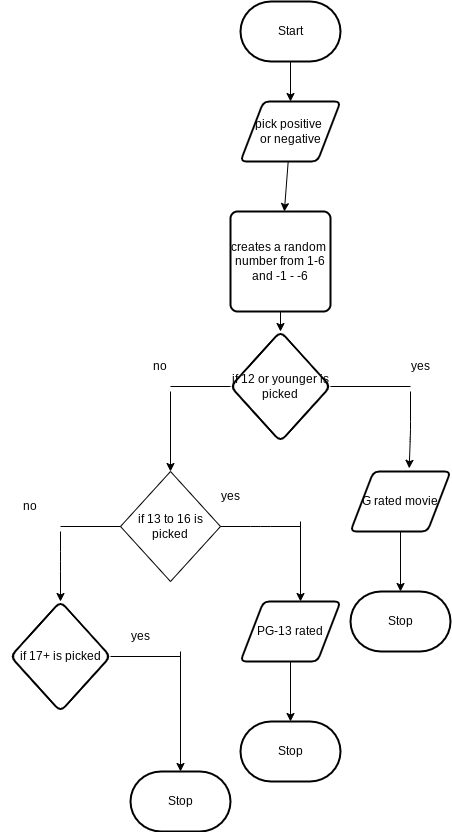
Before: design/flow-chart.png, a diagram exported from draw.io (Ali-Mugamai/ICS20-5-04-JS). Source tidied: cells renumbered, new cells last; positions are measured from the earlier drawing's top-left corner, leaving out a move shared by most shapes. Source of this version:
```xml
<mxGraphModel>
  <root>
    <mxCell id="0" />
    <mxCell id="1" parent="0" />
    <mxCell id="2" style="edgeStyle=none;html=1;" parent="1" edge="1" source="3" target="5">
      <mxGeometry relative="1" as="geometry" />
    </mxCell>
    <mxCell id="3" value="Start" style="strokeWidth=2;html=1;shape=mxgraph.flowchart.terminator;whiteSpace=wrap;" parent="1" vertex="1">
      <mxGeometry x="240" width="100" height="60" as="geometry" />
    </mxCell>
    <mxCell id="4" style="edgeStyle=none;html=1;" parent="1" edge="1" source="5" target="7">
      <mxGeometry relative="1" as="geometry" />
    </mxCell>
    <mxCell id="5" value="pick positive&amp;nbsp;&lt;br&gt;or negative" style="shape=parallelogram;html=1;strokeWidth=2;perimeter=parallelogramPerimeter;whiteSpace=wrap;rounded=1;arcSize=12;size=0.23;" parent="1" vertex="1">
      <mxGeometry x="240" y="100" width="100" height="60" as="geometry" />
    </mxCell>
    <mxCell id="6" style="edgeStyle=none;html=1;" parent="1" edge="1" source="7" target="9">
      <mxGeometry relative="1" as="geometry" />
    </mxCell>
    <mxCell id="7" value="creates a random&amp;nbsp;&lt;br&gt;number from 1-6 and -1 - -6" style="rounded=1;whiteSpace=wrap;html=1;absoluteArcSize=1;arcSize=14;strokeWidth=2;" parent="1" vertex="1">
      <mxGeometry x="230" y="210" width="100" height="100" as="geometry" />
    </mxCell>
    <mxCell id="8" value="Stop" style="strokeWidth=2;html=1;shape=mxgraph.flowchart.terminator;whiteSpace=wrap;" parent="1" vertex="1">
      <mxGeometry x="350" y="590" width="100" height="60" as="geometry" />
    </mxCell>
    <mxCell id="9" value="if 12 or younger is picked" style="rhombus;whiteSpace=wrap;html=1;rounded=1;arcSize=14;strokeWidth=2;" parent="1" vertex="1">
      <mxGeometry x="230" y="330" width="100" height="110" as="geometry" />
    </mxCell>
    <mxCell id="10" style="edgeStyle=none;html=1;entryX=0.5;entryY=0;entryDx=0;entryDy=0;entryPerimeter=0;" parent="1" edge="1" source="11" target="8">
      <mxGeometry relative="1" as="geometry" />
    </mxCell>
    <mxCell id="11" value="G rated movie" style="shape=parallelogram;html=1;strokeWidth=2;perimeter=parallelogramPerimeter;whiteSpace=wrap;rounded=1;arcSize=12;size=0.23;" parent="1" vertex="1">
      <mxGeometry x="350" y="470" width="100" height="60" as="geometry" />
    </mxCell>
    <mxCell id="12" style="endArrow=none;html=1;entryX=0;entryY=0.5;entryDx=0;entryDy=0;" parent="1" edge="1" target="9">
      <mxGeometry relative="1" as="geometry">
        <mxPoint x="170" y="385" as="sourcePoint" />
      </mxGeometry>
    </mxCell>
    <mxCell id="13" style="endArrow=classic;html=1;entryX=0.5;entryY=0;entryDx=0;entryDy=0;" parent="1" edge="1">
      <mxGeometry relative="1" as="geometry">
        <mxPoint x="170" y="390" as="sourcePoint" />
        <mxPoint x="170" y="470" as="targetPoint" />
      </mxGeometry>
    </mxCell>
    <mxCell id="14" style="endArrow=none;html=1;entryX=1;entryY=0.5;entryDx=0;entryDy=0;" parent="1" edge="1" target="9">
      <mxGeometry relative="1" as="geometry">
        <mxPoint x="410" y="385" as="sourcePoint" />
      </mxGeometry>
    </mxCell>
    <mxCell id="15" style="endArrow=classic;html=1;entryX=0.587;entryY=-0.053;entryDx=0;entryDy=0;entryPerimeter=0;" parent="1" edge="1" target="11">
      <mxGeometry relative="1" as="geometry">
        <mxPoint x="410" y="390" as="sourcePoint" />
        <Array as="points">
          <mxPoint x="410" y="430" />
        </Array>
      </mxGeometry>
    </mxCell>
    <mxCell id="16" value="yes" style="text;html=1;strokeColor=none;fillColor=none;align=center;verticalAlign=middle;whiteSpace=wrap;rounded=0;" parent="1" vertex="1">
      <mxGeometry x="390" y="350" width="60" height="30" as="geometry" />
    </mxCell>
    <mxCell id="17" value="no" style="text;html=1;strokeColor=none;fillColor=none;align=center;verticalAlign=middle;whiteSpace=wrap;rounded=0;" parent="1" vertex="1">
      <mxGeometry x="130" y="350" width="60" height="30" as="geometry" />
    </mxCell>
    <mxCell id="18" value="if 13 to 16 is picked" style="rhombus;whiteSpace=wrap;html=1;" parent="1" vertex="1">
      <mxGeometry x="120" y="470" width="100" height="110" as="geometry" />
    </mxCell>
    <mxCell id="19" style="endArrow=none;html=1;exitX=1;exitY=0.5;exitDx=0;exitDy=0;" parent="1" edge="1" source="18">
      <mxGeometry relative="1" as="geometry">
        <mxPoint x="300" y="525" as="targetPoint" />
        <Array as="points">
          <mxPoint x="260" y="525" />
        </Array>
      </mxGeometry>
    </mxCell>
    <mxCell id="20" style="edgeStyle=none;html=1;" parent="1" edge="1" source="21" target="28">
      <mxGeometry relative="1" as="geometry" />
    </mxCell>
    <mxCell id="21" value="PG-13 rated" style="shape=parallelogram;html=1;strokeWidth=2;perimeter=parallelogramPerimeter;whiteSpace=wrap;rounded=1;arcSize=12;size=0.23;" parent="1" vertex="1">
      <mxGeometry x="240" y="600" width="100" height="60" as="geometry" />
    </mxCell>
    <mxCell id="22" style="endArrow=classic;html=1;entryX=0.5;entryY=0;entryDx=0;entryDy=0;" parent="1" edge="1">
      <mxGeometry relative="1" as="geometry">
        <mxPoint x="300" y="520" as="sourcePoint" />
        <mxPoint x="300" y="600" as="targetPoint" />
      </mxGeometry>
    </mxCell>
    <mxCell id="23" style="endArrow=none;html=1;entryX=0;entryY=0.5;entryDx=0;entryDy=0;" parent="1" edge="1" target="18">
      <mxGeometry relative="1" as="geometry">
        <mxPoint x="60" y="525" as="sourcePoint" />
      </mxGeometry>
    </mxCell>
    <mxCell id="24" style="endArrow=classic;html=1;" parent="1" edge="1">
      <mxGeometry relative="1" as="geometry">
        <mxPoint x="60" y="530" as="sourcePoint" />
        <mxPoint x="60" y="600" as="targetPoint" />
        <Array as="points">
          <mxPoint x="60" y="560" />
        </Array>
      </mxGeometry>
    </mxCell>
    <mxCell id="25" value="if 17+ is picked" style="rhombus;whiteSpace=wrap;html=1;rounded=1;arcSize=14;strokeWidth=2;" parent="1" vertex="1">
      <mxGeometry x="10" y="600" width="100" height="110" as="geometry" />
    </mxCell>
    <mxCell id="26" style="endArrow=none;html=1;exitX=1;exitY=0.5;exitDx=0;exitDy=0;" parent="1" edge="1" source="25">
      <mxGeometry relative="1" as="geometry">
        <mxPoint x="180" y="655" as="targetPoint" />
      </mxGeometry>
    </mxCell>
    <mxCell id="27" style="endArrow=classic;html=1;" parent="1" edge="1">
      <mxGeometry relative="1" as="geometry">
        <mxPoint x="180" y="650" as="sourcePoint" />
        <mxPoint x="180" y="770" as="targetPoint" />
      </mxGeometry>
    </mxCell>
    <mxCell id="28" value="Stop" style="strokeWidth=2;html=1;shape=mxgraph.flowchart.terminator;whiteSpace=wrap;" parent="1" vertex="1">
      <mxGeometry x="240" y="720" width="100" height="60" as="geometry" />
    </mxCell>
    <mxCell id="29" value="Stop" style="strokeWidth=2;html=1;shape=mxgraph.flowchart.terminator;whiteSpace=wrap;" parent="1" vertex="1">
      <mxGeometry x="130" y="770" width="100" height="60" as="geometry" />
    </mxCell>
    <mxCell id="30" value="yes" style="text;html=1;strokeColor=none;fillColor=none;align=center;verticalAlign=middle;whiteSpace=wrap;rounded=0;" parent="1" vertex="1">
      <mxGeometry x="110" y="620" width="60" height="30" as="geometry" />
    </mxCell>
    <mxCell id="31" value="yes" style="text;html=1;strokeColor=none;fillColor=none;align=center;verticalAlign=middle;whiteSpace=wrap;rounded=0;" parent="1" vertex="1">
      <mxGeometry x="200" y="480" width="60" height="30" as="geometry" />
    </mxCell>
    <mxCell id="32" value="no" style="text;html=1;strokeColor=none;fillColor=none;align=center;verticalAlign=middle;whiteSpace=wrap;rounded=0;" parent="1" vertex="1">
      <mxGeometry y="490" width="60" height="30" as="geometry" />
    </mxCell>
  </root>
</mxGraphModel>
```
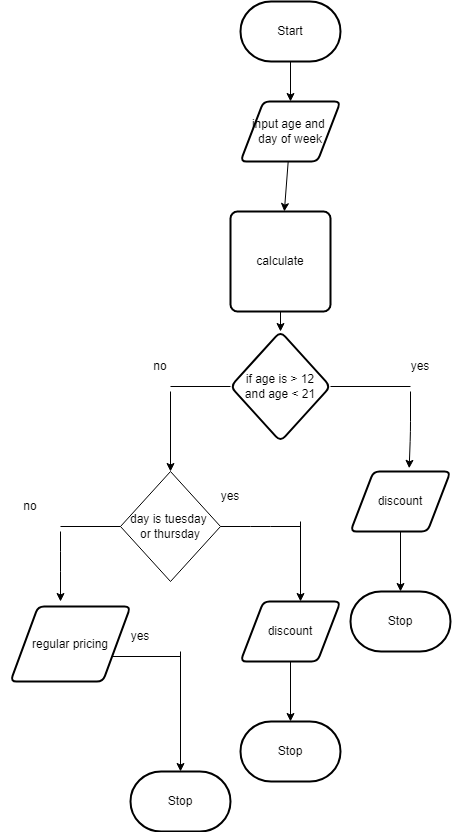
The same diagram one commit later.

The edit, as a diff of the source:
```diff
@@ -11,25 +11,25 @@
     <mxCell id="4" style="edgeStyle=none;html=1;" parent="1" edge="1" source="5" target="7">
       <mxGeometry relative="1" as="geometry" />
     </mxCell>
-    <mxCell id="5" value="pick positive&amp;nbsp;&lt;br&gt;or negative" style="shape=parallelogram;html=1;strokeWidth=2;perimeter=parallelogramPerimeter;whiteSpace=wrap;rounded=1;arcSize=12;size=0.23;" parent="1" vertex="1">
+    <mxCell id="5" value="input age and&amp;nbsp;&lt;br&gt;day of week" style="shape=parallelogram;html=1;strokeWidth=2;perimeter=parallelogramPerimeter;whiteSpace=wrap;rounded=1;arcSize=12;size=0.23;" parent="1" vertex="1">
       <mxGeometry x="240" y="100" width="100" height="60" as="geometry" />
     </mxCell>
     <mxCell id="6" style="edgeStyle=none;html=1;" parent="1" edge="1" source="7" target="9">
       <mxGeometry relative="1" as="geometry" />
     </mxCell>
-    <mxCell id="7" value="creates a random&amp;nbsp;&lt;br&gt;number from 1-6 and -1 - -6" style="rounded=1;whiteSpace=wrap;html=1;absoluteArcSize=1;arcSize=14;strokeWidth=2;" parent="1" vertex="1">
+    <mxCell id="7" value="calculate" style="rounded=1;whiteSpace=wrap;html=1;absoluteArcSize=1;arcSize=14;strokeWidth=2;" parent="1" vertex="1">
       <mxGeometry x="230" y="210" width="100" height="100" as="geometry" />
     </mxCell>
     <mxCell id="8" value="Stop" style="strokeWidth=2;html=1;shape=mxgraph.flowchart.terminator;whiteSpace=wrap;" parent="1" vertex="1">
       <mxGeometry x="350" y="590" width="100" height="60" as="geometry" />
     </mxCell>
-    <mxCell id="9" value="if 12 or younger is picked" style="rhombus;whiteSpace=wrap;html=1;rounded=1;arcSize=14;strokeWidth=2;" parent="1" vertex="1">
+    <mxCell id="9" value="if age is &amp;gt; 12&lt;br&gt;and age &amp;lt; 21" style="rhombus;whiteSpace=wrap;html=1;rounded=1;arcSize=14;strokeWidth=2;" parent="1" vertex="1">
       <mxGeometry x="230" y="330" width="100" height="110" as="geometry" />
     </mxCell>
     <mxCell id="10" style="edgeStyle=none;html=1;entryX=0.5;entryY=0;entryDx=0;entryDy=0;entryPerimeter=0;" parent="1" edge="1" source="11" target="8">
       <mxGeometry relative="1" as="geometry" />
     </mxCell>
-    <mxCell id="11" value="G rated movie" style="shape=parallelogram;html=1;strokeWidth=2;perimeter=parallelogramPerimeter;whiteSpace=wrap;rounded=1;arcSize=12;size=0.23;" parent="1" vertex="1">
+    <mxCell id="11" value="discount" style="shape=parallelogram;html=1;strokeWidth=2;perimeter=parallelogramPerimeter;whiteSpace=wrap;rounded=1;arcSize=12;size=0.23;" parent="1" vertex="1">
       <mxGeometry x="350" y="470" width="100" height="60" as="geometry" />
     </mxCell>
     <mxCell id="12" style="endArrow=none;html=1;entryX=0;entryY=0.5;entryDx=0;entryDy=0;" parent="1" edge="1" target="9">
@@ -62,7 +62,7 @@
     <mxCell id="17" value="no" style="text;html=1;strokeColor=none;fillColor=none;align=center;verticalAlign=middle;whiteSpace=wrap;rounded=0;" parent="1" vertex="1">
       <mxGeometry x="130" y="350" width="60" height="30" as="geometry" />
     </mxCell>
-    <mxCell id="18" value="if 13 to 16 is picked" style="rhombus;whiteSpace=wrap;html=1;" parent="1" vertex="1">
+    <mxCell id="18" value="day is tuesday&amp;nbsp;&lt;br&gt;or thursday" style="rhombus;whiteSpace=wrap;html=1;" parent="1" vertex="1">
       <mxGeometry x="120" y="470" width="100" height="110" as="geometry" />
     </mxCell>
     <mxCell id="19" style="endArrow=none;html=1;exitX=1;exitY=0.5;exitDx=0;exitDy=0;" parent="1" edge="1" source="18">
@@ -76,7 +76,7 @@
     <mxCell id="20" style="edgeStyle=none;html=1;" parent="1" edge="1" source="21" target="28">
       <mxGeometry relative="1" as="geometry" />
     </mxCell>
-    <mxCell id="21" value="PG-13 rated" style="shape=parallelogram;html=1;strokeWidth=2;perimeter=parallelogramPerimeter;whiteSpace=wrap;rounded=1;arcSize=12;size=0.23;" parent="1" vertex="1">
+    <mxCell id="21" value="discount" style="shape=parallelogram;html=1;strokeWidth=2;perimeter=parallelogramPerimeter;whiteSpace=wrap;rounded=1;arcSize=12;size=0.23;" parent="1" vertex="1">
       <mxGeometry x="240" y="600" width="100" height="60" as="geometry" />
     </mxCell>
     <mxCell id="22" style="endArrow=classic;html=1;entryX=0.5;entryY=0;entryDx=0;entryDy=0;" parent="1" edge="1">
@@ -99,11 +99,9 @@
         </Array>
       </mxGeometry>
     </mxCell>
-    <mxCell id="25" value="if 17+ is picked" style="rhombus;whiteSpace=wrap;html=1;rounded=1;arcSize=14;strokeWidth=2;" parent="1" vertex="1">
-      <mxGeometry x="10" y="600" width="100" height="110" as="geometry" />
-    </mxCell>
-    <mxCell id="26" style="endArrow=none;html=1;exitX=1;exitY=0.5;exitDx=0;exitDy=0;" parent="1" edge="1" source="25">
+    <mxCell id="26" style="endArrow=none;html=1;exitX=1;exitY=0.5;exitDx=0;exitDy=0;" parent="1" edge="1">
       <mxGeometry relative="1" as="geometry">
+        <mxPoint x="110" y="655" as="sourcePoint" />
         <mxPoint x="180" y="655" as="targetPoint" />
       </mxGeometry>
     </mxCell>
@@ -128,5 +126,8 @@
     <mxCell id="32" value="no" style="text;html=1;strokeColor=none;fillColor=none;align=center;verticalAlign=middle;whiteSpace=wrap;rounded=0;" parent="1" vertex="1">
       <mxGeometry y="490" width="60" height="30" as="geometry" />
     </mxCell>
+    <mxCell id="33" value="regular pricing" style="shape=parallelogram;html=1;strokeWidth=2;perimeter=parallelogramPerimeter;whiteSpace=wrap;rounded=1;arcSize=12;size=0.23;" parent="1" vertex="1">
+      <mxGeometry x="10" y="605" width="120" height="75" as="geometry" />
+    </mxCell>
   </root>
 </mxGraphModel>
```
